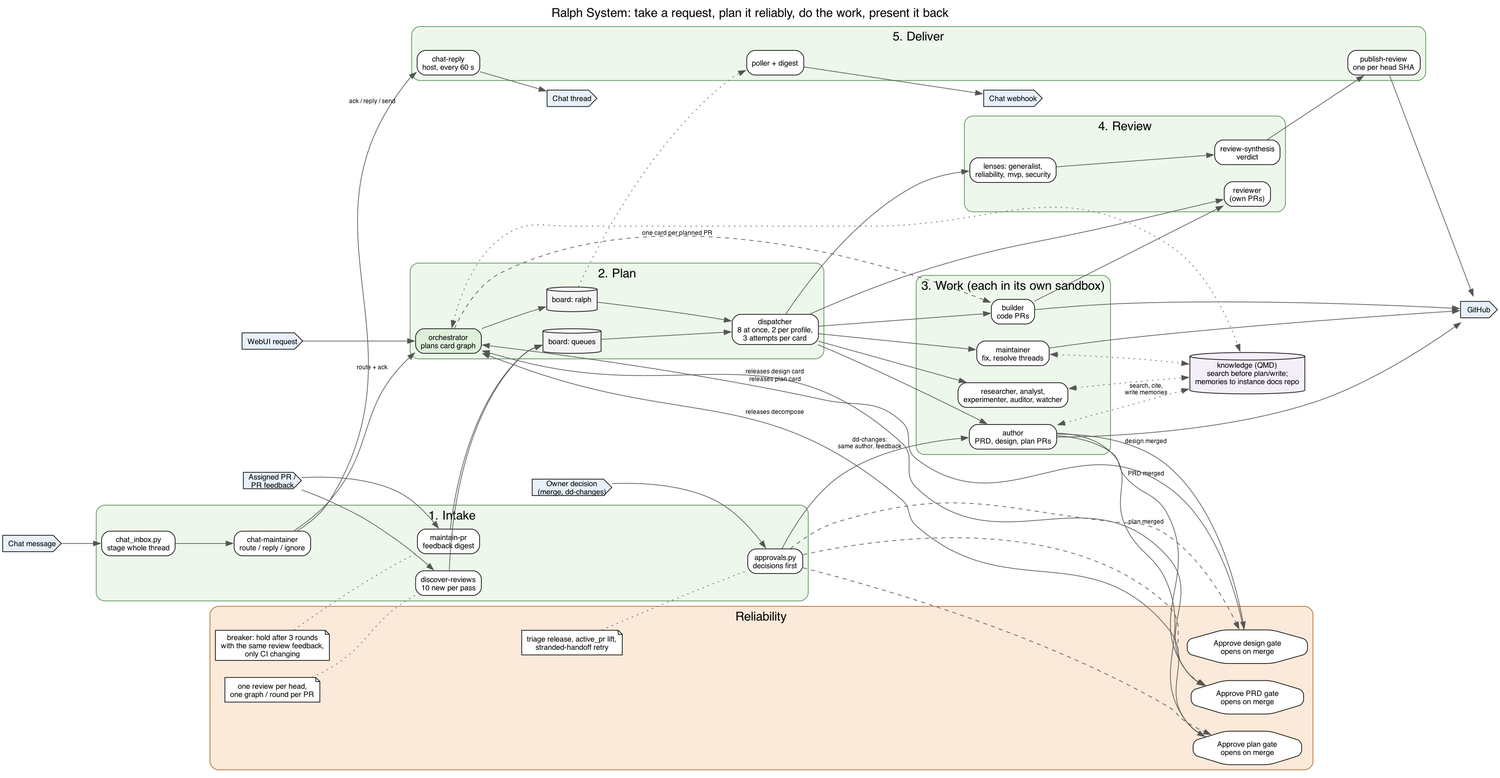
Above: docs/diagrams/system-flow.png in Zhachory1/ralph (Graphviz), before the change. Its source is kept beside it as docs/diagrams/system-flow.dot.
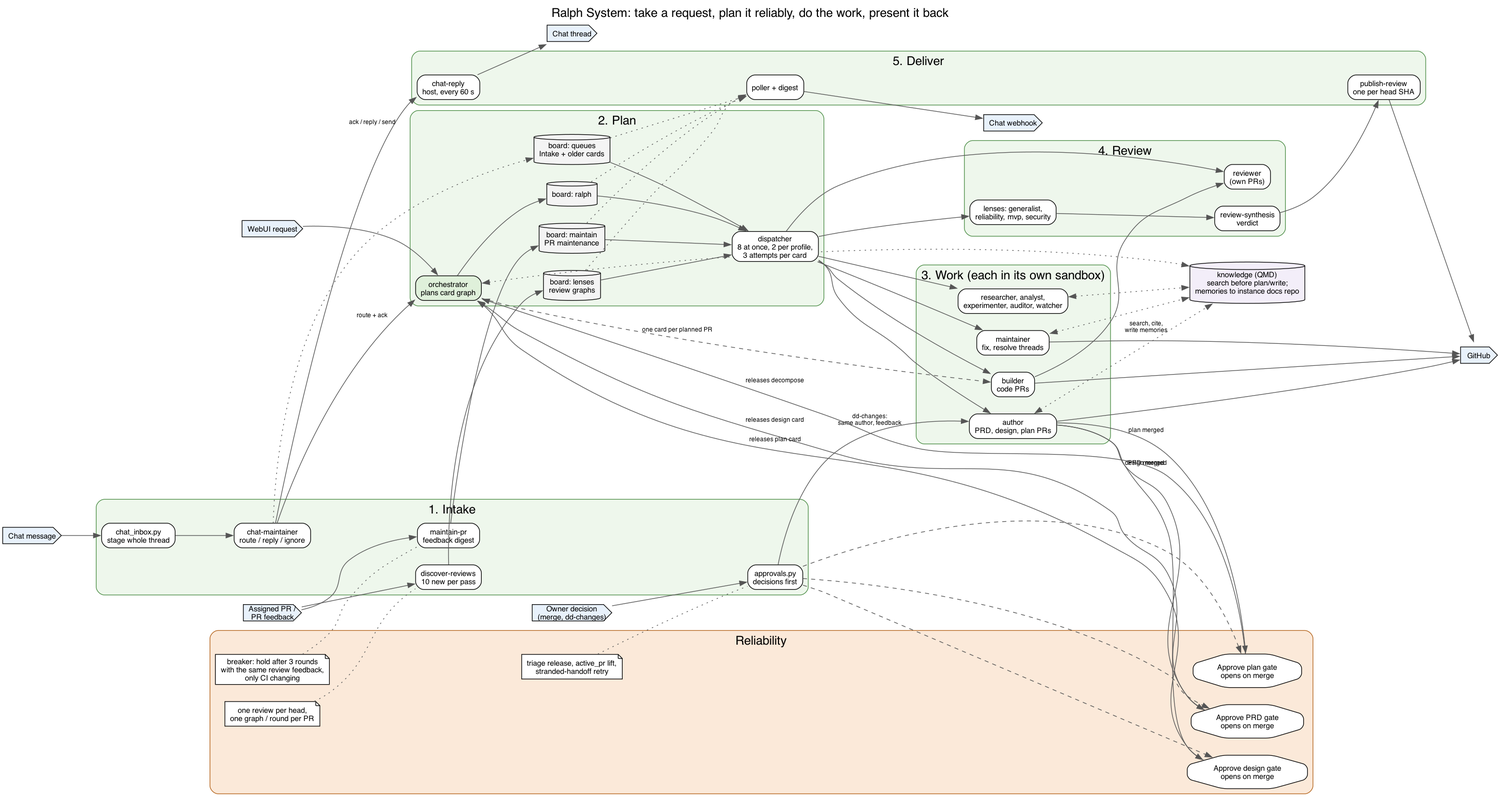
After the commit.

Commit message:
docs(diagrams): show review and maintenance boards

Diff of the diagram source:
```diff
@@ -19,7 +19,9 @@
   subgraph cluster_plan { label="2. Plan"; style="rounded,filled"; fillcolor="#EEF7EC"; color="#4E8F48";
     orch     [label="orchestrator\nplans card graph", fillcolor="#DFF0DA"];
     board_r  [label="board: ralph", shape=cylinder, fillcolor="#F4F4F4"];
-    board_q  [label="board: queues", shape=cylinder, fillcolor="#F4F4F4"];
+    board_q  [label="board: queues\nIntake + older cards", shape=cylinder, fillcolor="#F4F4F4"];
+    board_lenses [label="board: lenses\nreview graphs", shape=cylinder, fillcolor="#F4F4F4"];
+    board_maintain [label="board: maintain\nPR maintenance", shape=cylinder, fillcolor="#F4F4F4"];
     dispatch [label="dispatcher\n8 at once, 2 per profile,\n3 attempts per card"];
   }
   subgraph cluster_work { label="3. Work (each in its own sandbox)"; style="rounded,filled"; fillcolor="#EEF7EC"; color="#4E8F48";
@@ -50,8 +52,9 @@
 
   in_chat -> inbox -> cm; in_web -> orch; in_pr -> discover; in_pr -> maintain; in_dec -> approvals;
   cm -> orch [label="route + ack"]; cm -> reply [label="ack / reply / send"];
-  orch -> board_r; discover -> board_q; maintain -> board_q;
-  board_r -> dispatch; board_q -> dispatch;
+  cm -> board_q [style=dotted]; orch -> board_r;
+  discover -> board_lenses; maintain -> board_maintain;
+  board_r -> dispatch; board_q -> dispatch; board_lenses -> dispatch; board_maintain -> dispatch;
   dispatch -> author; dispatch -> builder; dispatch -> maintainer; dispatch -> researcher;
   dispatch -> lenses; dispatch -> reviewer;
   author -> g_prd [label="PRD merged"]; g_prd -> orch [label="releases design card"];
@@ -63,7 +66,8 @@
   builder -> reviewer; lenses -> synth -> publish;
   orch -> knowledge [style=dotted, dir=both]; author -> knowledge [style=dotted, dir=both, label="search, cite,\nwrite memories"];
   researcher -> knowledge [style=dotted, dir=both]; maintainer -> knowledge [style=dotted, dir=both];
-  board_r -> poller [style=dotted];
+  board_r -> poller [style=dotted]; board_q -> poller [style=dotted];
+  board_lenses -> poller [style=dotted]; board_maintain -> poller [style=dotted];
   dedup -> discover [style=dotted, arrowhead=none]; breaker -> maintain [style=dotted, arrowhead=none];
   guards -> approvals [style=dotted, arrowhead=none];
 
```
